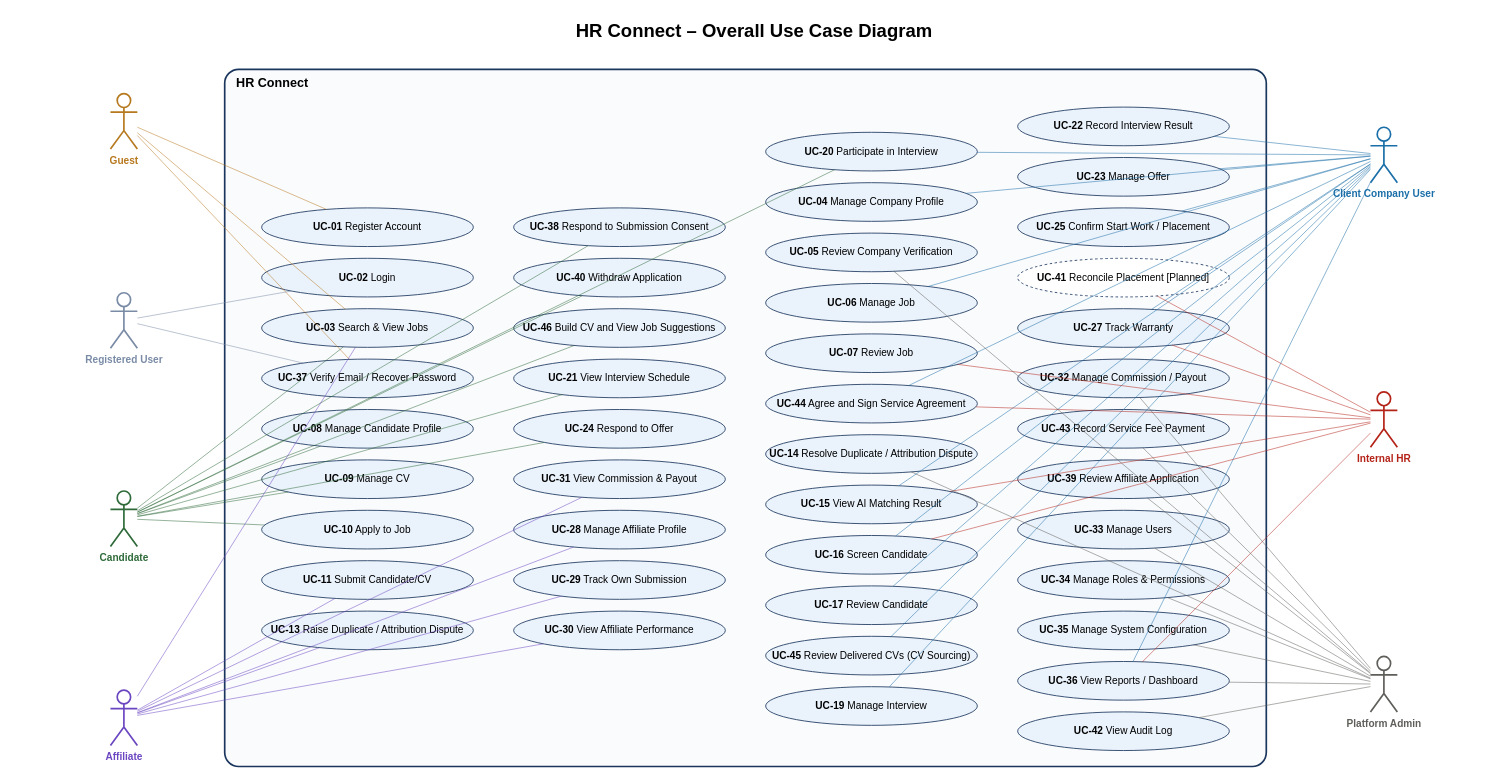
Before: docs/diagrams/use-cases/source/uc-overall.drawio in hoangqui794/hr-connect, a draw.io diagram. Source tidied: cells renumbered, new cells numbered last; positions are measured from the earlier drawing's top-left corner, leaving out a move shared by most shapes. Both pictures are drawn from the tidied source at 84%, with x=0, y=0 at pixel (14, 14).
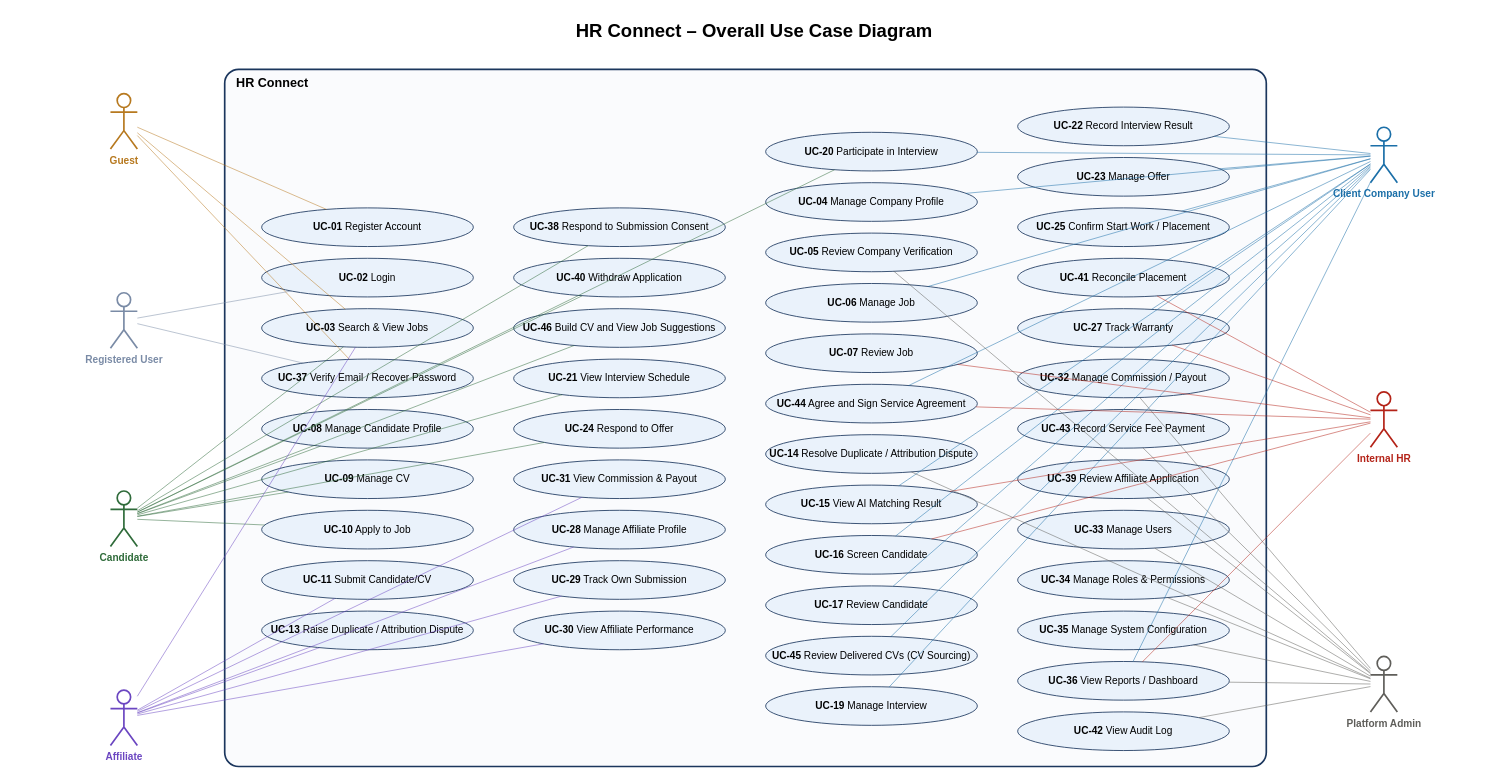
After the change.

The edit, as a diff of the source:
```diff
@@
-    <mxCell id="37" value="&lt;b&gt;UC-41&lt;/b&gt; Reconcile Placement [Planned]" style="ellipse;whiteSpace=wrap;html=1;fillColor=#EAF2FB;strokeColor=#1B365D;fontSize=12;dashed=1;fillColor=#FFFFFF;" parent="1" vertex="1">
+    <mxCell id="37" value="&lt;b&gt;UC-41&lt;/b&gt; Reconcile Placement" style="ellipse;whiteSpace=wrap;html=1;fillColor=#EAF2FB;strokeColor=#1B365D;fontSize=12;" parent="1" vertex="1">
       <mxGeometry x="1194" y="290" width="252" height="46" as="geometry" />
     </mxCell>
```
